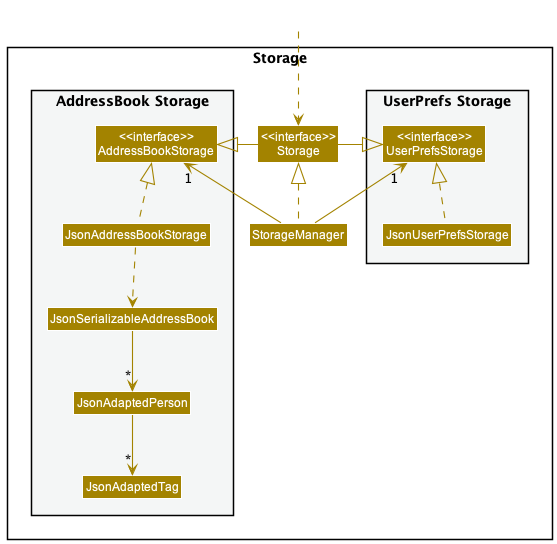
This is docs/images/StorageClassDiagram.png from nus-cs2103-AY2223S1/tp, a PlantUML export, as it was before one commit.
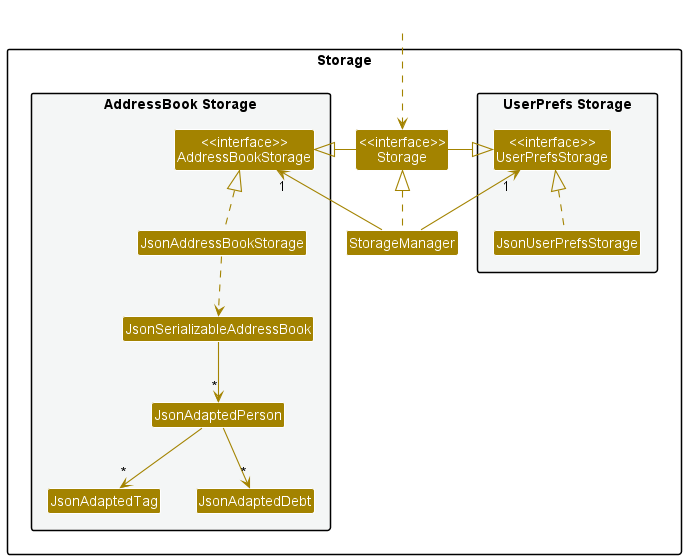
Later version of the same file.

Commit message:
Update model component and storage component diagrams

Change to the diagram source:
```diff
@@ -20,6 +20,7 @@
 Class JsonSerializableAddressBook
 Class JsonAdaptedPerson
 Class JsonAdaptedTag
+Class JsonAdaptedDebt
 }
 
 }
@@ -39,5 +40,6 @@
 JsonAddressBookStorage ..> JsonSerializableAddressBook
 JsonSerializableAddressBook --> "*" JsonAdaptedPerson
 JsonAdaptedPerson --> "*" JsonAdaptedTag
+JsonAdaptedPerson --> "*" JsonAdaptedDebt
 
 @enduml
```
